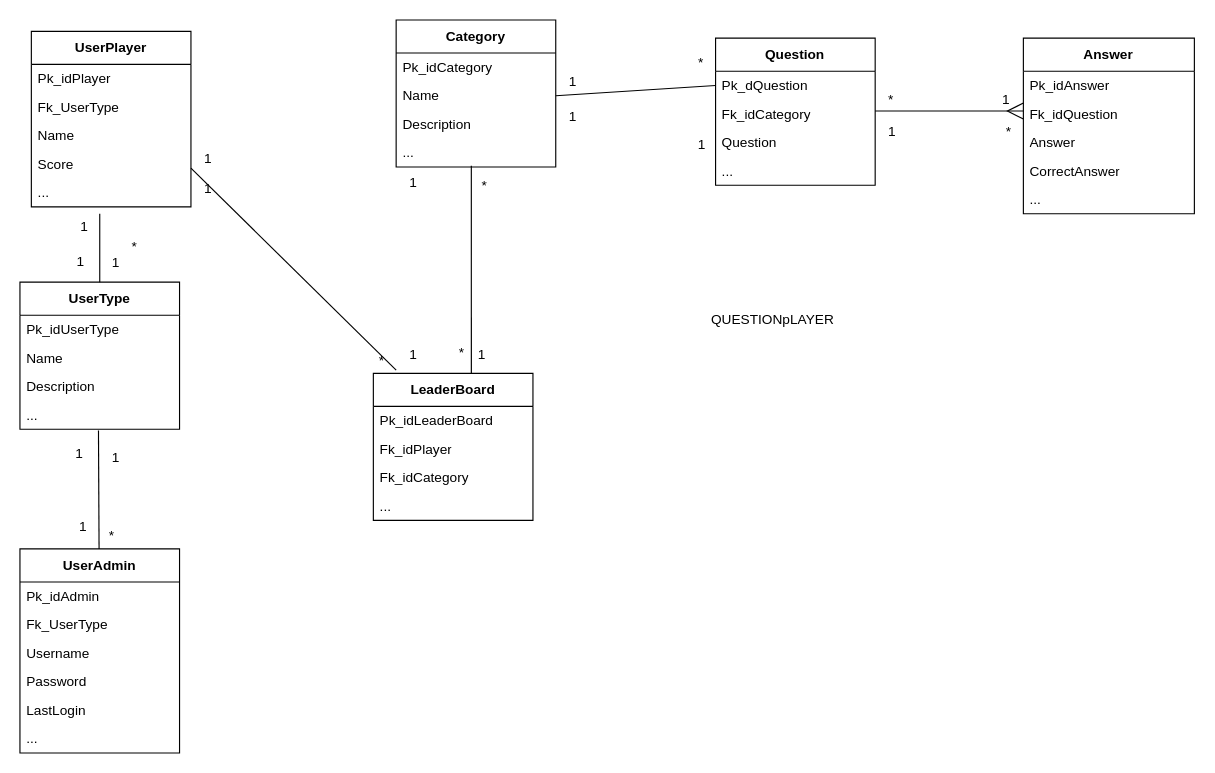
Earlier version of the draw.io diagram File/03MER.drawio (BACHILYEC/PROYECTO-FINAL-PROG-II). Source tidied: cells renumbered, new cells numbered last; positions are measured from the earlier drawing's top-left corner, leaving out a move shared by most shapes. Both pictures are drawn from the tidied source at 114%, with x=0, y=0 at pixel (19, 19).
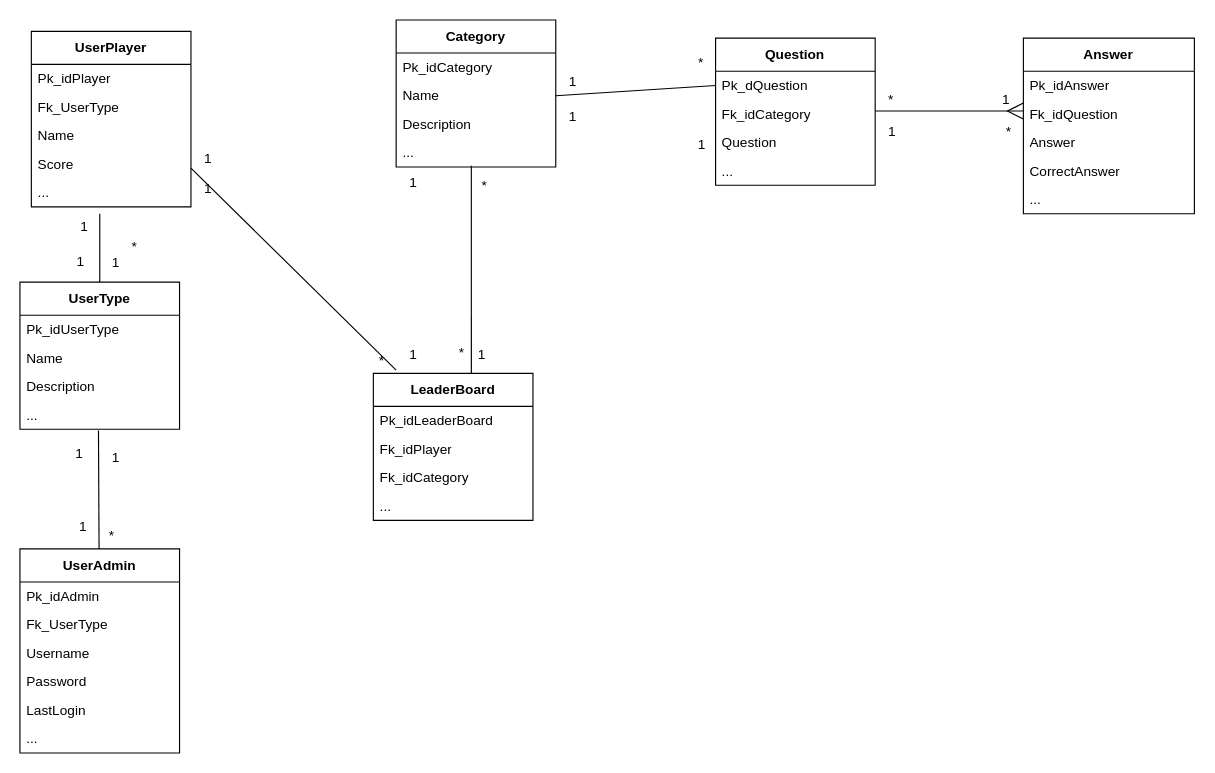
The same diagram, later.

Change to the diagram source:
```diff
@@
-    <mxCell id="74" value="QUESTIONpLAYER" style="text;html=1;align=center;verticalAlign=middle;strokeColor=none;fillColor=none;" parent="1" vertex="1">
-      <mxGeometry x="595" y="248" width="130" height="30" as="geometry" />
-    </mxCell>
```
